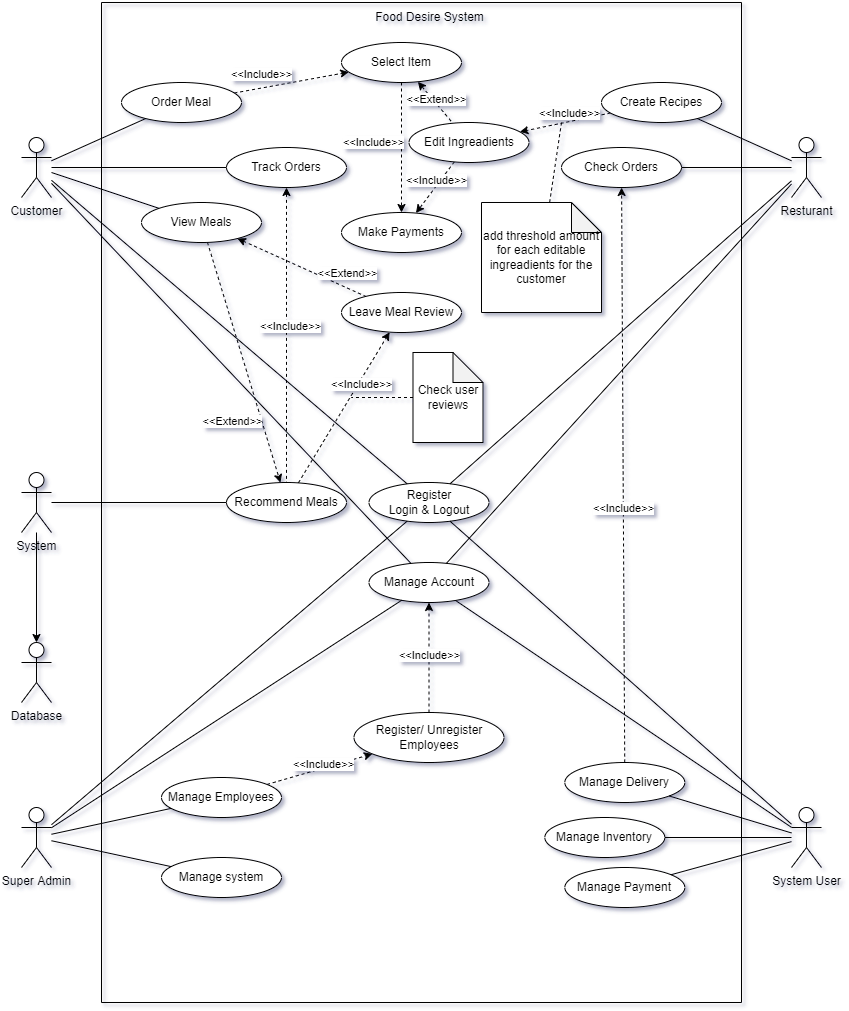
haritha99ch/FoodDesire keeps this draw.io diagram as Diagrams/FoodDesire-UseCaseDiagram.png. Above is the earlier version. Source tidied: cells renumbered, new cells last; positions are measured from the earlier drawing's top-left corner, leaving out a move shared by most shapes.
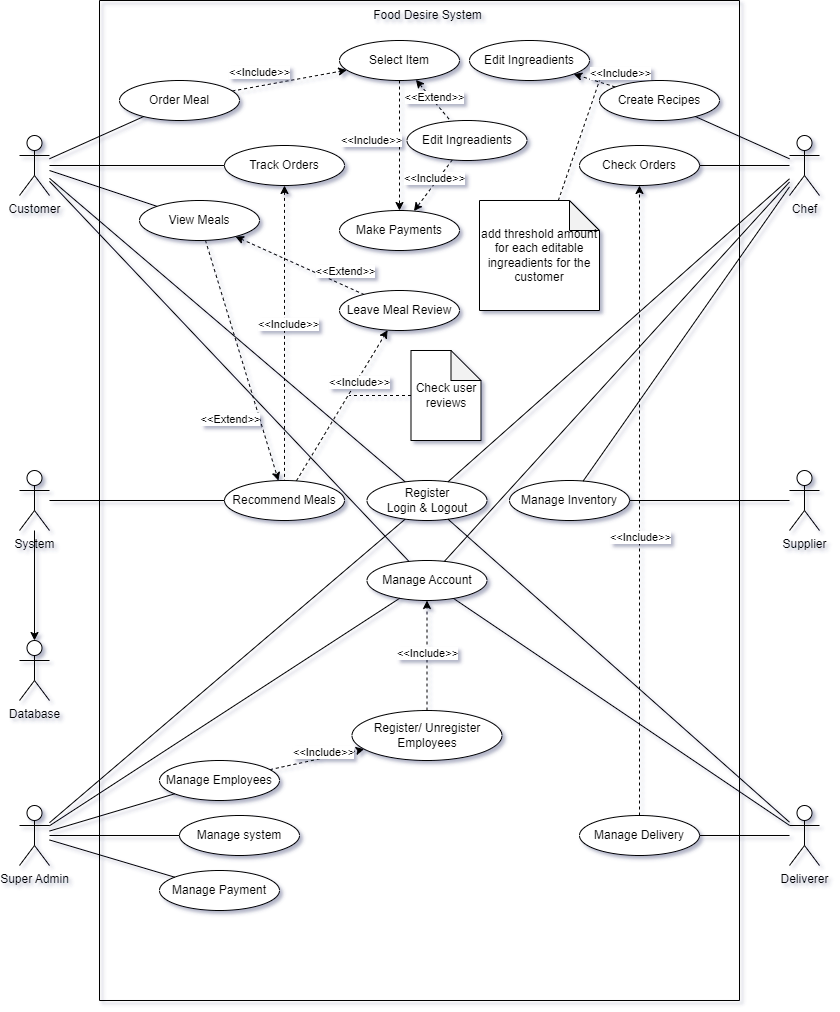
Later version of the same file.

The edit, as a diff of the source:
```diff
@@ -12,21 +12,21 @@
       <mxGeometry x="267.5" y="560" width="120" height="40" as="geometry" />
     </mxCell>
     <mxCell id="5" value="Manage system" style="ellipse;whiteSpace=wrap;html=1;" parent="2" vertex="1">
-      <mxGeometry x="60" y="855" width="120" height="40" as="geometry" />
+      <mxGeometry x="80" y="815" width="120" height="40" as="geometry" />
     </mxCell>
-    <mxCell id="6" style="rounded=0;jettySize=auto;html=1;dashed=1;startArrow=none;startFill=0;endArrow=classic;endFill=1;" parent="2" edge="1" source="8" target="30">
+    <mxCell id="6" style="rounded=0;jettySize=auto;html=1;dashed=1;startArrow=none;startFill=0;endArrow=classic;endFill=1;" parent="2" edge="1" source="8" target="76">
       <mxGeometry relative="1" as="geometry" />
     </mxCell>
     <mxCell id="7" value="&amp;lt;&amp;lt;Include&amp;gt;&amp;gt;" style="edgeLabel;html=1;align=center;verticalAlign=middle;" parent="6" vertex="1">
       <mxGeometry x="-0.7" y="1" relative="1" as="geometry">
-        <mxPoint x="-28" y="-4" as="offset" />
+        <mxPoint x="12" y="-13" as="offset" />
       </mxGeometry>
     </mxCell>
     <mxCell id="8" value="Create Recipes" style="ellipse;whiteSpace=wrap;html=1;" parent="2" vertex="1">
       <mxGeometry x="500" y="80" width="120" height="40" as="geometry" />
     </mxCell>
     <mxCell id="9" value="Check Orders" style="ellipse;whiteSpace=wrap;html=1;" parent="2" vertex="1">
-      <mxGeometry x="460" y="145" width="120" height="40" as="geometry" />
+      <mxGeometry x="480" y="145" width="120" height="40" as="geometry" />
     </mxCell>
     <mxCell id="10" style="edgeStyle=none;rounded=0;jettySize=auto;html=1;dashed=1;" parent="2" edge="1" source="12" target="27">
       <mxGeometry relative="1" as="geometry" />
@@ -54,10 +54,10 @@
       <mxGeometry x="125" y="145" width="120" height="40" as="geometry" />
     </mxCell>
     <mxCell id="17" value="Manage Inventory" style="ellipse;whiteSpace=wrap;html=1;" parent="2" vertex="1">
-      <mxGeometry x="443.3" y="815" width="120" height="40" as="geometry" />
+      <mxGeometry x="410" y="480" width="120" height="40" as="geometry" />
     </mxCell>
     <mxCell id="18" value="Manage Payment" style="ellipse;whiteSpace=wrap;html=1;" parent="2" vertex="1">
-      <mxGeometry x="463.3" y="865" width="120" height="40" as="geometry" />
+      <mxGeometry x="60" y="870" width="120" height="40" as="geometry" />
     </mxCell>
     <mxCell id="19" style="edgeStyle=none;rounded=0;jettySize=auto;html=1;dashed=1;startArrow=none;startFill=0;endArrow=classic;endFill=1;" parent="2" edge="1" source="21" target="9">
       <mxGeometry relative="1" as="geometry" />
@@ -66,7 +66,7 @@
       <mxGeometry x="-0.11" relative="1" as="geometry" />
     </mxCell>
     <mxCell id="21" value="Manage Delivery" style="ellipse;whiteSpace=wrap;html=1;" parent="2" vertex="1">
-      <mxGeometry x="463.3" y="760" width="120" height="40" as="geometry" />
+      <mxGeometry x="480" y="815" width="120" height="40" as="geometry" />
     </mxCell>
     <mxCell id="22" value="Food Desire System" style="text;html=1;align=center;verticalAlign=middle;strokeColor=none;fillColor=none;" parent="2" vertex="1">
       <mxGeometry x="262.5" width="130" height="30" as="geometry" />
@@ -110,7 +110,7 @@
       </mxGeometry>
     </mxCell>
     <mxCell id="33" value="Manage Employees" style="ellipse;whiteSpace=wrap;html=1;" parent="2" vertex="1">
-      <mxGeometry x="60" y="775" width="120" height="40" as="geometry" />
+      <mxGeometry x="60" y="760" width="120" height="40" as="geometry" />
     </mxCell>
     <mxCell id="34" style="edgeStyle=none;rounded=0;jettySize=auto;html=1;dashed=1;startArrow=none;startFill=0;endArrow=classic;endFill=1;" parent="2" edge="1" source="36" target="4">
       <mxGeometry relative="1" as="geometry" />
@@ -162,6 +162,9 @@
     <mxCell id="47" value="Check user reviews" style="shape=note;whiteSpace=wrap;html=1;backgroundOutline=1;darkOpacity=0.05;" parent="2" vertex="1">
       <mxGeometry x="311.5" y="350" width="70" height="90" as="geometry" />
     </mxCell>
+    <mxCell id="76" value="Edit Ingreadients" style="ellipse;whiteSpace=wrap;html=1;" parent="2" vertex="1">
+      <mxGeometry x="370" y="40" width="120" height="40" as="geometry" />
+    </mxCell>
     <mxCell id="48" style="edgeStyle=none;rounded=0;jettySize=auto;html=1;endArrow=none;endFill=0;" parent="1" edge="1" source="52" target="5">
       <mxGeometry relative="1" as="geometry" />
     </mxCell>
@@ -207,13 +210,13 @@
     <mxCell id="62" style="edgeStyle=none;rounded=0;jettySize=auto;html=1;endArrow=none;endFill=0;" parent="1" edge="1" source="63" target="4">
       <mxGeometry relative="1" as="geometry" />
     </mxCell>
+    <mxCell id="77" style="edgeStyle=none;curved=1;rounded=0;jettySize=auto;html=1;fontSize=12;endArrow=none;endFill=0;startSize=8;endSize=8;" parent="1" edge="1" source="63" target="17">
+      <mxGeometry relative="1" as="geometry" />
+    </mxCell>
-    <mxCell id="63" value="Resturant" style="shape=umlActor;verticalLabelPosition=bottom;verticalAlign=top;html=1;outlineConnect=0;" parent="1" vertex="1">
+    <mxCell id="63" value="Chef" style="shape=umlActor;verticalLabelPosition=bottom;verticalAlign=top;html=1;outlineConnect=0;" parent="1" vertex="1">
       <mxGeometry x="770" y="135" width="30" height="60" as="geometry" />
     </mxCell>
-    <mxCell id="64" style="edgeStyle=none;rounded=0;jettySize=auto;html=1;endArrow=none;endFill=0;" parent="1" edge="1" source="69" target="17">
-      <mxGeometry relative="1" as="geometry" />
-    </mxCell>
-    <mxCell id="65" style="edgeStyle=none;rounded=0;jettySize=auto;html=1;endArrow=none;endFill=0;" parent="1" edge="1" source="69" target="18">
+    <mxCell id="65" style="edgeStyle=none;rounded=0;jettySize=auto;html=1;endArrow=none;endFill=0;" parent="1" edge="1" source="52" target="18">
       <mxGeometry relative="1" as="geometry" />
     </mxCell>
     <mxCell id="66" style="edgeStyle=none;rounded=0;jettySize=auto;html=1;endArrow=none;endFill=0;" parent="1" edge="1" source="69" target="21">
@@ -225,7 +228,7 @@
     <mxCell id="68" style="edgeStyle=none;rounded=0;jettySize=auto;html=1;endArrow=none;endFill=0;" parent="1" edge="1" source="69" target="3">
       <mxGeometry relative="1" as="geometry" />
     </mxCell>
-    <mxCell id="69" value="System User" style="shape=umlActor;verticalLabelPosition=bottom;verticalAlign=top;html=1;outlineConnect=0;" parent="1" vertex="1">
+    <mxCell id="69" value="Deliverer" style="shape=umlActor;verticalLabelPosition=bottom;verticalAlign=top;html=1;outlineConnect=0;" parent="1" vertex="1">
       <mxGeometry x="770" y="805" width="30" height="60" as="geometry" />
     </mxCell>
     <mxCell id="70" style="edgeStyle=none;rounded=0;jettySize=auto;html=1;startArrow=none;startFill=0;endArrow=classic;endFill=1;" parent="1" edge="1" source="73" target="72">
@@ -242,7 +245,7 @@
     </mxCell>
     <mxCell id="74" style="edgeStyle=none;rounded=0;jettySize=auto;html=1;dashed=1;startArrow=none;startFill=0;endArrow=none;endFill=0;" parent="1" edge="1" source="46">
       <mxGeometry relative="1" as="geometry">
-        <mxPoint x="540" y="120" as="targetPoint" />
+        <mxPoint x="580" y="80" as="targetPoint" />
       </mxGeometry>
     </mxCell>
     <mxCell id="75" style="edgeStyle=none;rounded=0;jettySize=auto;html=1;dashed=1;startArrow=none;startFill=0;endArrow=none;endFill=0;" parent="1" edge="1" source="47">
@@ -250,5 +253,11 @@
         <mxPoint x="330" y="395" as="targetPoint" />
       </mxGeometry>
     </mxCell>
+    <mxCell id="78" style="edgeStyle=none;curved=1;rounded=0;jettySize=auto;html=1;fontSize=12;startSize=8;endSize=8;endArrow=none;endFill=0;" parent="1" edge="1" source="79" target="17">
+      <mxGeometry relative="1" as="geometry" />
+    </mxCell>
+    <mxCell id="79" value="Supplier" style="shape=umlActor;verticalLabelPosition=bottom;verticalAlign=top;html=1;outlineConnect=0;" parent="1" vertex="1">
+      <mxGeometry x="770" y="470" width="30" height="60" as="geometry" />
+    </mxCell>
   </root>
 </mxGraphModel>
```
